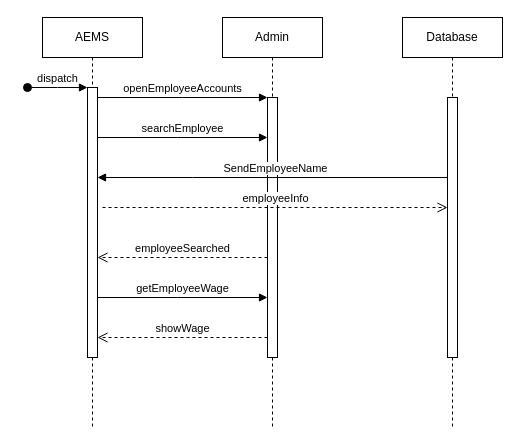
Above: sequence 3 Diagram.drawio in Arisa-Ndreu/test (draw.io), before the change. Source tidied: cells renumbered, new cells numbered last; positions are measured from the earlier drawing's top-left corner, leaving out a move shared by most shapes. Both pictures are drawn from the tidied source at 100%, with x=0, y=0 at pixel (27, 17).
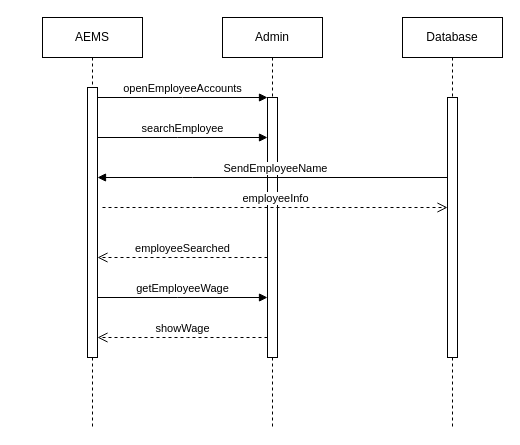
The same page after the edit.

Unchanged cells that the change refers to:
```xml
<mxCell id="2" value="AEMS" style="shape=umlLifeline;perimeter=lifelinePerimeter;whiteSpace=wrap;html=1;newEdgeStyle={&quot;edgeStyle&quot;:&quot;elbowEdgeStyle&quot;,&quot;elbow&quot;:&quot;vertical&quot;,&quot;curved&quot;:0,&quot;rounded&quot;:0};" parent="1" vertex="1">
  <mxGeometry x="15" width="100" height="410" as="geometry" />
</mxCell>
<mxCell id="3" style="html=1;points=[];perimeter=orthogonalPerimeter;outlineConnect=0;targetShapes=umlLifeline;portConstraint=eastwest;newEdgeStyle={&quot;edgeStyle&quot;:&quot;elbowEdgeStyle&quot;,&quot;elbow&quot;:&quot;vertical&quot;,&quot;curved&quot;:0,&quot;rounded&quot;:0};" parent="2" vertex="1">
  <mxGeometry x="45" y="70" width="10" height="270" as="geometry" />
</mxCell>
```

Change to the diagram source:
```diff
@@
-    <mxCell id="4" value="dispatch" style="html=1;verticalAlign=bottom;startArrow=oval;endArrow=block;startSize=8;edgeStyle=elbowEdgeStyle;elbow=vertical;curved=0;rounded=0;" parent="2" edge="1" target="3">
-      <mxGeometry relative="1" as="geometry">
-        <mxPoint x="-15" y="70" as="sourcePoint" />
-      </mxGeometry>
-    </mxCell>
```
